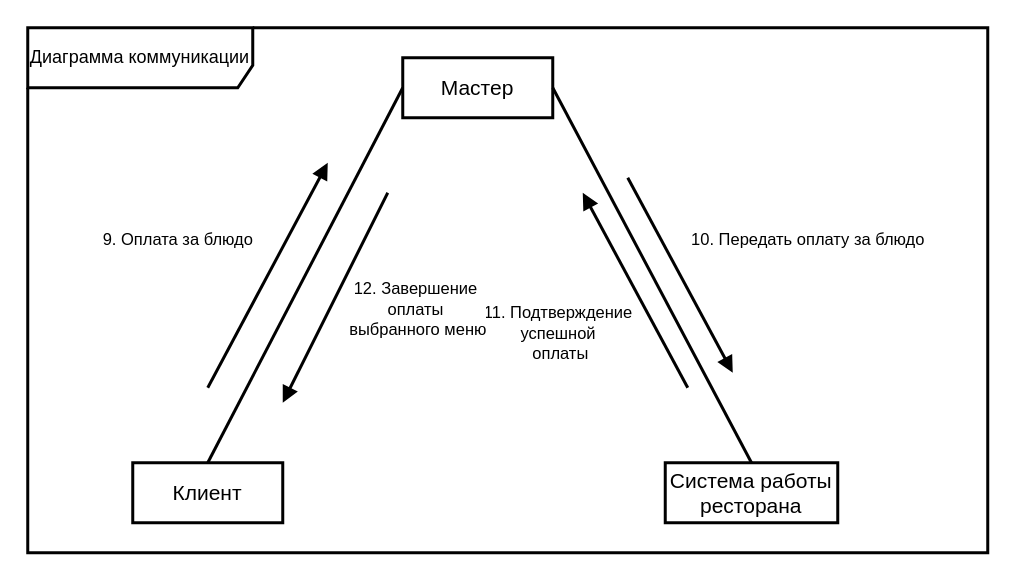
Above: page "Page-3" (3 of 3) of 1.drawio in Helpmepleaseitishard/Aikms (draw.io), before the change. Source tidied: cells renumbered, new cells numbered last; positions are measured from the earlier drawing's top-left corner, leaving out a move shared by most shapes. Both pictures are drawn from the tidied source at 150%, with x=0, y=0 at pixel (27, 27).
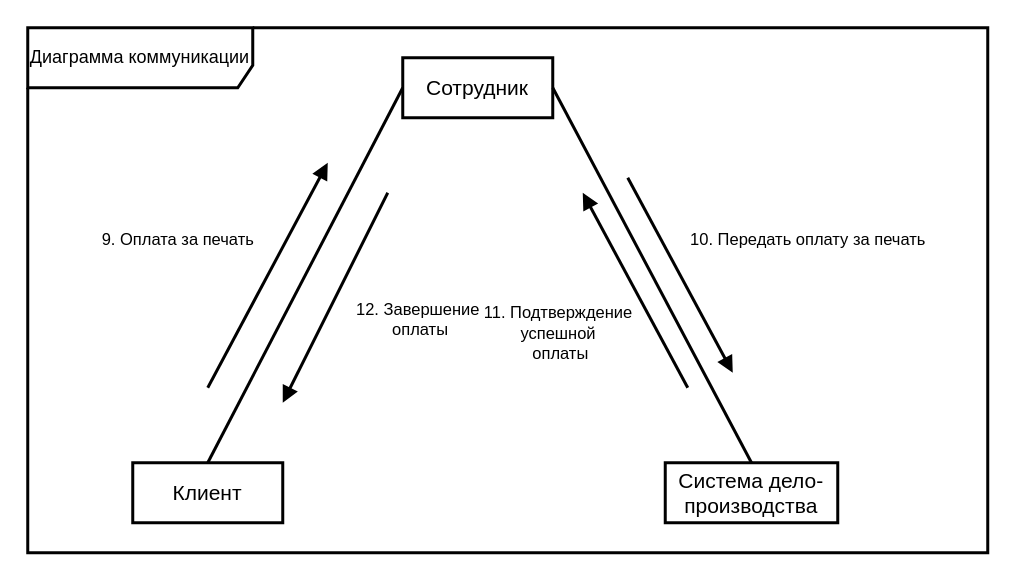
The same page after the edit.

What changed in the source:
```diff
@@
 <mxGraphModel>
   <root>
     <mxCell id="0" />
     <mxCell id="1" parent="0" />
     <mxCell id="2" value="Клиент" style="html=1;whiteSpace=wrap;strokeWidth=2;fontSize=14;" parent="1" vertex="1">
       <mxGeometry x="70" y="290" width="100" height="40" as="geometry" />
     </mxCell>
-    <mxCell id="3" value="Мастер" style="html=1;whiteSpace=wrap;strokeWidth=2;fontSize=14;" parent="1" vertex="1">
+    <mxCell id="3" value="Сотрудник" style="html=1;whiteSpace=wrap;strokeWidth=2;fontSize=14;" parent="1" vertex="1">
       <mxGeometry x="250" y="20" width="100" height="40" as="geometry" />
     </mxCell>
-    <mxCell id="4" value="Система работы ресторана" style="html=1;whiteSpace=wrap;strokeWidth=2;fontSize=14;" parent="1" vertex="1">
+    <mxCell id="4" value="Система дело-производства" style="html=1;whiteSpace=wrap;strokeWidth=2;fontSize=14;" parent="1" vertex="1">
       <mxGeometry x="425" y="290" width="115" height="40" as="geometry" />
     </mxCell>
     <mxCell id="5" style="html=1;verticalAlign=bottom;endArrow=none;curved=0;rounded=0;strokeWidth=2;startFill=0;entryX=0;entryY=0.5;entryDx=0;entryDy=0;exitX=0.5;exitY=0;exitDx=0;exitDy=0;" parent="1" edge="1" source="2" target="3">
       <mxGeometry relative="1" as="geometry" />
     </mxCell>
     <mxCell id="6" style="html=1;verticalAlign=bottom;endArrow=none;curved=0;rounded=0;strokeWidth=2;startFill=0;entryX=1;entryY=0.5;entryDx=0;entryDy=0;exitX=0.5;exitY=0;exitDx=0;exitDy=0;" parent="1" edge="1" source="4" target="3">
       <mxGeometry relative="1" as="geometry" />
     </mxCell>
-    <mxCell id="7" value="9. Оплата за блюдо" style="html=1;verticalAlign=bottom;endArrow=block;curved=0;rounded=0;strokeWidth=2;startFill=0;exitX=0.5;exitY=0;exitDx=0;exitDy=0;endFill=1;" parent="1" edge="1">
+    <mxCell id="7" value="9. Оплата за печать" style="html=1;verticalAlign=bottom;endArrow=block;curved=0;rounded=0;strokeWidth=2;startFill=0;exitX=0.5;exitY=0;exitDx=0;exitDy=0;endFill=1;" parent="1" edge="1">
       <mxGeometry x="-0.18" y="60" relative="1" as="geometry">
         <mxPoint x="120" y="240" as="sourcePoint" />
         <mxPoint x="200" y="90" as="targetPoint" />
       </mxGeometry>
     </mxCell>
-    <mxCell id="8" value="10. Передать оплату за блюдо" style="html=1;verticalAlign=bottom;endArrow=block;curved=0;rounded=0;strokeWidth=2;startFill=0;exitX=0.5;exitY=0;exitDx=0;exitDy=0;endFill=1;" parent="1" edge="1">
+    <mxCell id="8" value="10. Передать оплату за печать" style="html=1;verticalAlign=bottom;endArrow=block;curved=0;rounded=0;strokeWidth=2;startFill=0;exitX=0.5;exitY=0;exitDx=0;exitDy=0;endFill=1;" parent="1" edge="1">
       <mxGeometry x="0.37" y="82" relative="1" as="geometry">
         <mxPoint x="400" y="100" as="sourcePoint" />
         <mxPoint x="470" y="230" as="targetPoint" />
       </mxGeometry>
     </mxCell>
     <mxCell id="9" value="&lt;div&gt;11. Подтверждение&amp;nbsp;&lt;/div&gt;&lt;div&gt;успешной&amp;nbsp;&lt;/div&gt;&lt;div&gt;оплаты&lt;/div&gt;" style="html=1;verticalAlign=bottom;endArrow=block;curved=0;rounded=0;strokeWidth=2;startFill=0;endFill=1;" parent="1" edge="1">
       <mxGeometry x="-0.29" y="68" relative="1" as="geometry">
         <mxPoint x="440" y="240" as="sourcePoint" />
         <mxPoint x="370" y="110" as="targetPoint" />
       </mxGeometry>
     </mxCell>
-    <mxCell id="10" value="&lt;div&gt;12. Завершение&amp;nbsp;&lt;/div&gt;&lt;div&gt;оплаты&amp;nbsp;&lt;/div&gt;&lt;div&gt;выбранного меню&lt;/div&gt;" style="html=1;verticalAlign=bottom;endArrow=block;curved=0;rounded=0;strokeWidth=2;startFill=0;endFill=1;" parent="1" edge="1">
+    <mxCell id="10" value="&lt;div&gt;12. Завершение&lt;/div&gt;&lt;div&gt;&amp;nbsp;оплаты&lt;/div&gt;" style="html=1;verticalAlign=bottom;endArrow=block;curved=0;rounded=0;strokeWidth=2;startFill=0;endFill=1;" parent="1" edge="1">
       <mxGeometry x="0.03" y="63" relative="1" as="geometry">
         <mxPoint x="240" y="110" as="sourcePoint" />
         <mxPoint x="170" y="250" as="targetPoint" />
         <mxPoint y="-1" as="offset" />
       </mxGeometry>
     </mxCell>
     <mxCell id="11" value="Диаграмма коммуникации" style="shape=umlFrame;whiteSpace=wrap;html=1;width=150;height=40;strokeWidth=2;" parent="1" vertex="1">
       <mxGeometry width="640" height="350" as="geometry" />
     </mxCell>
   </root>
 </mxGraphModel>
```
